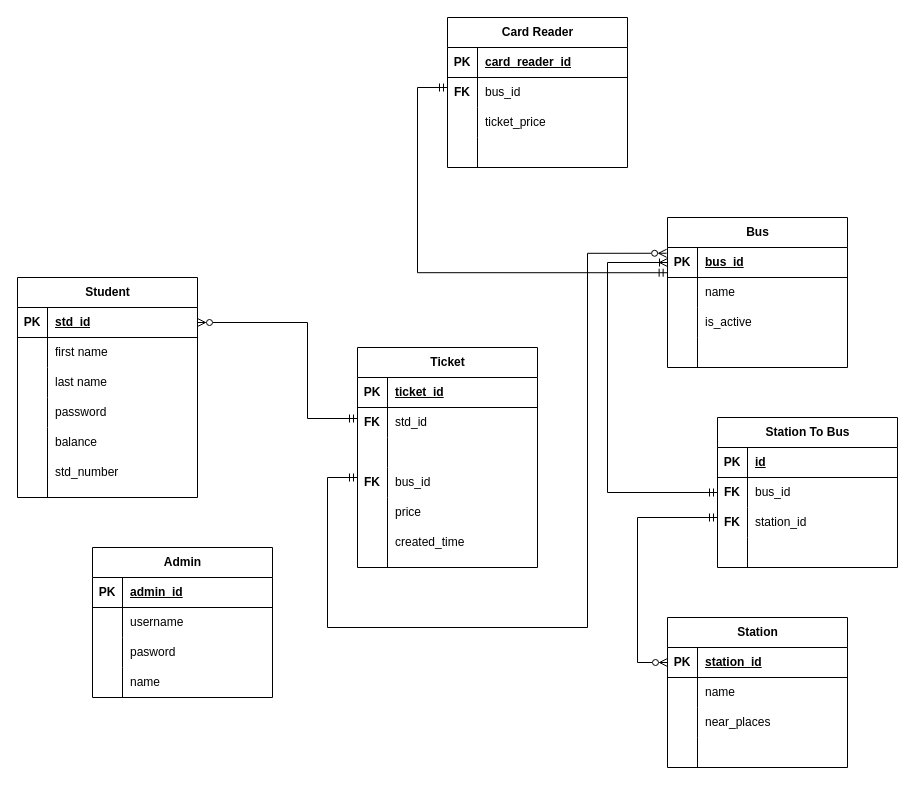
Earlier version of the draw.io diagram entity_diagrams.drawio (srbmm/bus_ticket_server). Source tidied: cells renumbered, new cells numbered last; positions are measured from the earlier drawing's top-left corner, leaving out a move shared by most shapes. Both pictures are drawn from the tidied source at 100%, with x=0, y=0 at pixel (17, 17).
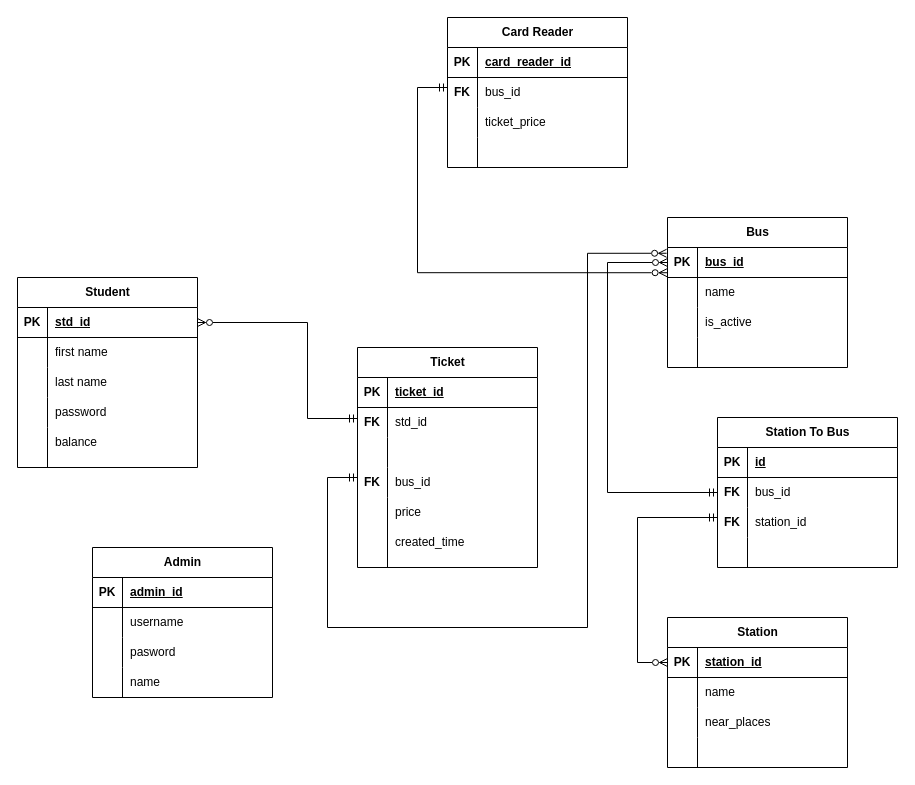
The same page after the edit.

Unchanged cells that the change refers to:
```xml
<mxCell id="47" style="shape=tableRow;horizontal=0;startSize=0;swimlaneHead=0;swimlaneBody=0;fillColor=none;points=[[0,0.5],[1,0.5]];portConstraint=eastwest;top=0;left=0;right=0;bottom=1;" parent="46" vertex="1">
  <mxGeometry y="30" width="180" height="30" as="geometry" />
</mxCell>
<mxCell id="97" style="shape=tableRow;horizontal=0;startSize=0;swimlaneHead=0;swimlaneBody=0;fillColor=none;points=[[0,0.5],[1,0.5]];portConstraint=eastwest;top=0;left=0;right=0;bottom=0;" parent="93" vertex="1">
  <mxGeometry y="60" width="180" height="30" as="geometry" />
</mxCell>
```

The edit, as a diff of the source:
```diff
@@
     <mxCell id="2" value="Student" style="shape=table;startSize=30;childLayout=tableLayout;rowLines=0;fontStyle=1;align=center;html=1;" parent="1" vertex="1">
-      <mxGeometry y="260" width="180" height="220" as="geometry" />
+      <mxGeometry y="260" width="180" height="190" as="geometry" />
     </mxCell>
@@
     <mxCell id="15" style="endArrow=none;html=1;rounded=0;" parent="1" edge="1">
       <mxGeometry relative="1" as="geometry">
-        <mxPoint x="30" y="480" as="sourcePoint" />
+        <mxPoint x="30" y="450" as="sourcePoint" />
         <mxPoint x="30" y="410" as="targetPoint" />
       </mxGeometry>
     </mxCell>
@@
-    <mxCell id="92" style="edgeStyle=orthogonalEdgeStyle;rounded=0;jettySize=auto;html=1;endArrow=ERmandOne;endFill=0;startArrow=ERmandOne;startFill=0;exitX=-0.002;exitY=0.841;exitDx=0;exitDy=0;exitPerimeter=0;" parent="1" edge="1" source="47">
+    <mxCell id="92" style="edgeStyle=orthogonalEdgeStyle;rounded=0;jettySize=auto;html=1;endArrow=ERmandOne;endFill=0;startArrow=ERzeroToMany;startFill=0;exitX=-0.002;exitY=0.841;exitDx=0;exitDy=0;exitPerimeter=0;" parent="1" edge="1" source="47">
       <mxGeometry relative="1" as="geometry">
         <mxPoint x="430" y="70" as="targetPoint" />
         <Array as="points">
           <mxPoint x="400" y="255" />
           <mxPoint x="400" y="70" />
         </Array>
       </mxGeometry>
     </mxCell>
@@
-    <mxCell id="106" style="endArrow=ERoneToMany;html=1;rounded=0;entryX=0;entryY=0.5;entryDx=0;entryDy=0;exitX=0;exitY=0.5;exitDx=0;exitDy=0;endFill=0;startArrow=ERmandOne;startFill=0;" parent="1" edge="1" source="97" target="47">
+    <mxCell id="106" style="endArrow=ERzeroToMany;html=1;rounded=0;entryX=0;entryY=0.5;entryDx=0;entryDy=0;exitX=0;exitY=0.5;exitDx=0;exitDy=0;endFill=0;startArrow=ERmandOne;startFill=0;" parent="1" edge="1" source="97" target="47">
       <mxGeometry relative="1" as="geometry">
         <Array as="points">
           <mxPoint x="590" y="475" />
           <mxPoint x="590" y="245" />
         </Array>
       </mxGeometry>
     </mxCell>
@@
-    <mxCell id="110" value="std_number" style="shape=partialRectangle;fillColor=none;top=0;left=0;bottom=0;right=0;align=left;spacingLeft=6;overflow=hidden;whiteSpace=wrap;html=1;" parent="1" vertex="1">
-      <mxGeometry x="30" y="440" width="150" height="30" as="geometry" />
-    </mxCell>
```
